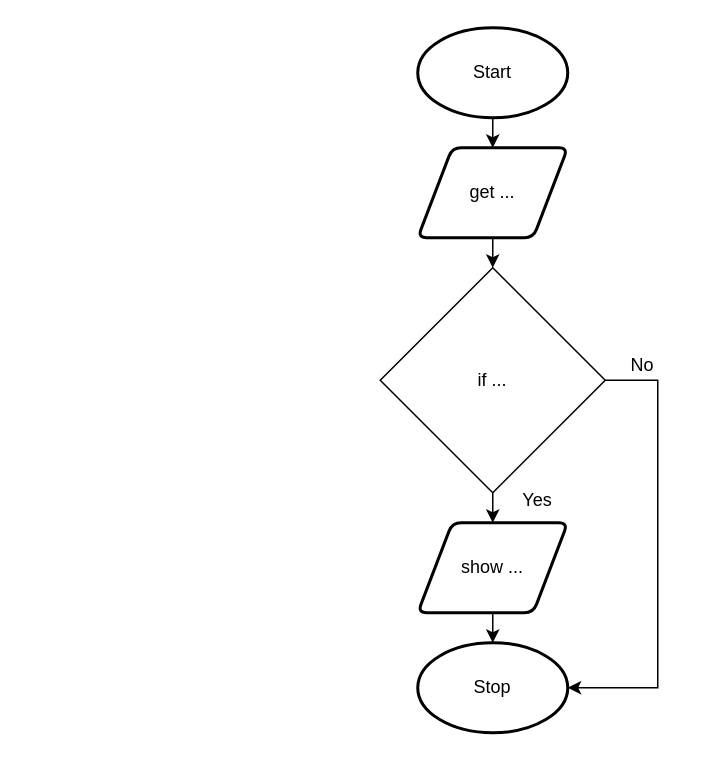
Above: drawio/flowchart/flowchart.drawio in Aidan-Lalonde-Novales/ICS3U-Assignment6-Python (draw.io), before the change. Source tidied: cells renumbered, new cells numbered last; positions are measured from the earlier drawing's top-left corner, leaving out a move shared by most shapes. Both pictures are drawn from the tidied source at 150%, with x=0, y=0 at pixel (380, 27).
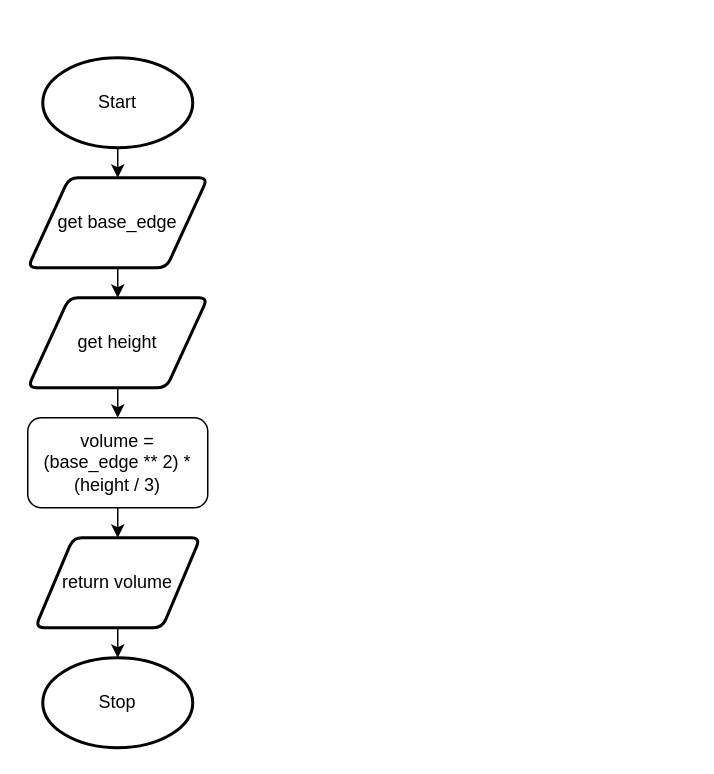
The same diagram, later.

What changed in the source:
```diff
@@
 <mxGraphModel>
   <root>
     <mxCell id="0" />
     <mxCell id="1" parent="0" />
     <mxCell id="2" style="edgeStyle=none;html=1;exitX=0.5;exitY=1;exitDx=0;exitDy=0;exitPerimeter=0;entryX=0.5;entryY=0;entryDx=0;entryDy=0;" parent="1" edge="1" source="3" target="5">
       <mxGeometry relative="1" as="geometry" />
     </mxCell>
     <mxCell id="3" value="Start" style="strokeWidth=2;html=1;shape=mxgraph.flowchart.start_1;whiteSpace=wrap;" parent="1" vertex="1">
-      <mxGeometry x="25" width="100" height="60" as="geometry" />
+      <mxGeometry x="-225" y="20" width="100" height="60" as="geometry" />
     </mxCell>
     <mxCell id="4" style="edgeStyle=none;html=1;exitX=0.5;exitY=1;exitDx=0;exitDy=0;entryX=0.5;entryY=0;entryDx=0;entryDy=0;" parent="1" edge="1" source="5">
       <mxGeometry relative="1" as="geometry">
-        <mxPoint x="75" y="160" as="targetPoint" />
+        <mxPoint x="-175" y="180" as="targetPoint" />
       </mxGeometry>
     </mxCell>
-    <mxCell id="5" value="get ..." style="shape=parallelogram;html=1;strokeWidth=2;perimeter=parallelogramPerimeter;whiteSpace=wrap;rounded=1;arcSize=12;size=0.23;" parent="1" vertex="1">
-      <mxGeometry x="25" y="80" width="100" height="60" as="geometry" />
+    <mxCell id="5" value="get base_edge" style="shape=parallelogram;html=1;strokeWidth=2;perimeter=parallelogramPerimeter;whiteSpace=wrap;rounded=1;arcSize=12;size=0.23;" parent="1" vertex="1">
+      <mxGeometry x="-235" y="100" width="120" height="60" as="geometry" />
     </mxCell>
     <mxCell id="6" style="edgeStyle=none;html=1;exitX=0.5;exitY=1;exitDx=0;exitDy=0;entryX=0.5;entryY=0;entryDx=0;entryDy=0;entryPerimeter=0;" parent="1" edge="1" source="7" target="8">
       <mxGeometry relative="1" as="geometry" />
     </mxCell>
-    <mxCell id="7" value="show ..." style="shape=parallelogram;html=1;strokeWidth=2;perimeter=parallelogramPerimeter;whiteSpace=wrap;rounded=1;arcSize=12;size=0.23;" parent="1" vertex="1">
-      <mxGeometry x="25" y="330" width="100" height="60" as="geometry" />
+    <mxCell id="7" value="return volume" style="shape=parallelogram;html=1;strokeWidth=2;perimeter=parallelogramPerimeter;whiteSpace=wrap;rounded=1;arcSize=12;size=0.23;" parent="1" vertex="1">
+      <mxGeometry x="-230" y="340" width="110" height="60" as="geometry" />
     </mxCell>
     <mxCell id="8" value="Stop" style="strokeWidth=2;html=1;shape=mxgraph.flowchart.start_1;whiteSpace=wrap;" parent="1" vertex="1">
-      <mxGeometry x="25" y="410" width="100" height="60" as="geometry" />
+      <mxGeometry x="-225" y="420" width="100" height="60" as="geometry" />
     </mxCell>
-    <mxCell id="9" style="edgeStyle=none;html=1;exitX=0.5;exitY=1;exitDx=0;exitDy=0;entryX=0.5;entryY=0;entryDx=0;entryDy=0;" parent="1" edge="1" source="11" target="7">
-      <mxGeometry relative="1" as="geometry" />
-    </mxCell>
-    <mxCell id="10" style="edgeStyle=none;html=1;exitX=1;exitY=0.5;exitDx=0;exitDy=0;entryX=1;entryY=0.5;entryDx=0;entryDy=0;entryPerimeter=0;rounded=0;" parent="1" edge="1" source="11" target="8">
-      <mxGeometry relative="1" as="geometry">
-        <Array as="points">
-          <mxPoint x="185" y="235" />
-          <mxPoint x="185" y="440" />
-        </Array>
-      </mxGeometry>
-    </mxCell>
-    <mxCell id="11" value="if ..." style="rhombus;whiteSpace=wrap;html=1;" parent="1" vertex="1">
-      <mxGeometry y="160" width="150" height="150" as="geometry" />
-    </mxCell>
-    <mxCell id="12" value="Yes" style="text;html=1;strokeColor=none;fillColor=none;align=center;verticalAlign=middle;whiteSpace=wrap;rounded=0;" parent="1" vertex="1">
-      <mxGeometry x="75" y="300" width="60" height="30" as="geometry" />
-    </mxCell>
-    <mxCell id="13" value="No" style="text;html=1;strokeColor=none;fillColor=none;align=center;verticalAlign=middle;whiteSpace=wrap;rounded=0;" parent="1" vertex="1">
-      <mxGeometry x="145" y="210" width="60" height="30" as="geometry" />
-    </mxCell>
+    <mxCell id="14" style="edgeStyle=none;html=1;exitX=0.5;exitY=1;exitDx=0;exitDy=0;entryX=0.5;entryY=0;entryDx=0;entryDy=0;" parent="1" edge="1" source="15" target="17">
+      <mxGeometry relative="1" as="geometry" />
+    </mxCell>
+    <mxCell id="15" value="get height" style="shape=parallelogram;html=1;strokeWidth=2;perimeter=parallelogramPerimeter;whiteSpace=wrap;rounded=1;arcSize=12;size=0.23;" parent="1" vertex="1">
+      <mxGeometry x="-235" y="180" width="120" height="60" as="geometry" />
+    </mxCell>
+    <mxCell id="16" style="edgeStyle=none;html=1;exitX=0.5;exitY=1;exitDx=0;exitDy=0;entryX=0.5;entryY=0;entryDx=0;entryDy=0;" parent="1" edge="1" source="17" target="7">
+      <mxGeometry relative="1" as="geometry" />
+    </mxCell>
+    <mxCell id="17" value="&lt;span&gt;volume = (base_edge&amp;nbsp;** 2) * (height / 3)&lt;/span&gt;" style="rounded=1;whiteSpace=wrap;html=1;" parent="1" vertex="1">
+      <mxGeometry x="-235" y="260" width="120" height="60" as="geometry" />
+    </mxCell>
   </root>
 </mxGraphModel>
```
